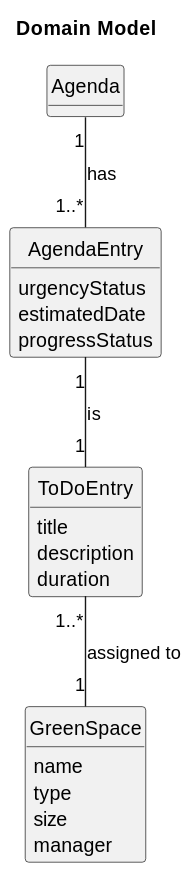
This is docs/sprintC/us024/02.analysis/svg/024-domain-model-Domain_Model.svg from RicardoMorim/lapr2-ISEP-Project, a PlantUML export, as it was before one commit.
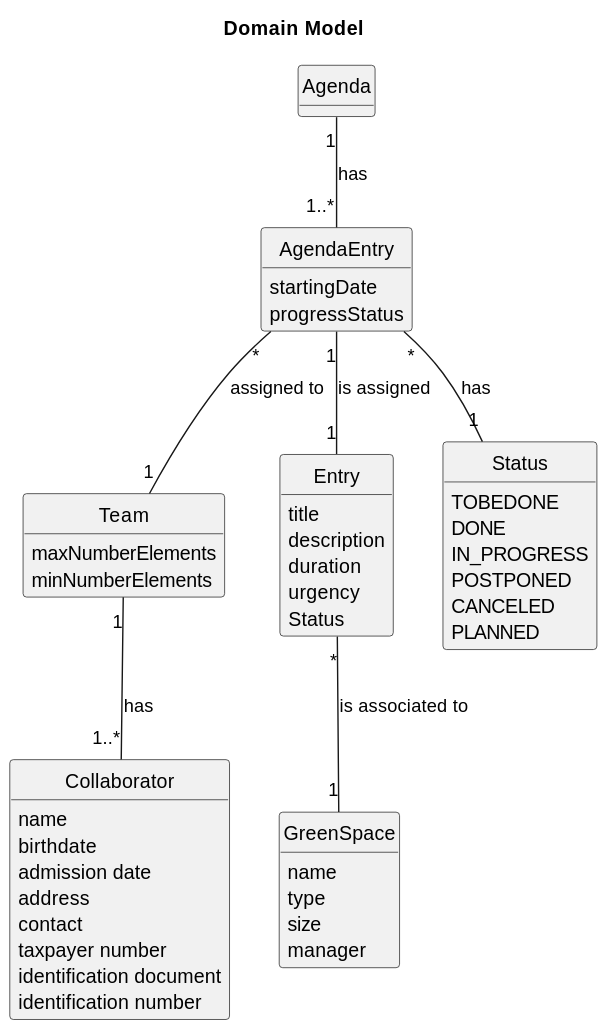
After the change.

The edit, as a diff of the source:
```diff
@@ -8,15 +8,8 @@
 }
 
 class AgendaEntry {
-  urgencyStatus
-  estimatedDate
+  startingDate
   progressStatus
-}
-
-class ToDoEntry {
-  title
-  description
-  duration
 }
 
 class GreenSpace {
@@ -26,7 +19,46 @@
   manager
 }
 
+class Team {
+  maxNumberElements
+  minNumberElements
+}
+
+class Entry {
+  title
+  description
+  duration
+  urgency
+  Status
+}
+
+class Collaborator {
+    name
+    birthdate
+    admission date
+    address
+    contact
+    taxpayer number
+    identification document
+    identification number
+}
+
+
+class Status {
+    TOBEDONE
+    DONE
+    IN_PROGRESS
+    POSTPONED
+    CANCELED
+    PLANNED
+
+}
+
+
+AgendaEntry "*" --"1" Status : has
 Agenda "1" -- "1..*" AgendaEntry : has
-AgendaEntry "1" -- "1" ToDoEntry : is
-ToDoEntry "1..*" -- "1" GreenSpace : assigned to
+Entry "*" -- "1" GreenSpace : is associated to
+AgendaEntry "*" -- "1" Team : assigned to
+AgendaEntry "1" -- "1" Entry : is assigned
+Team "1" -- "1..*" Collaborator : has
 @enduml
```
